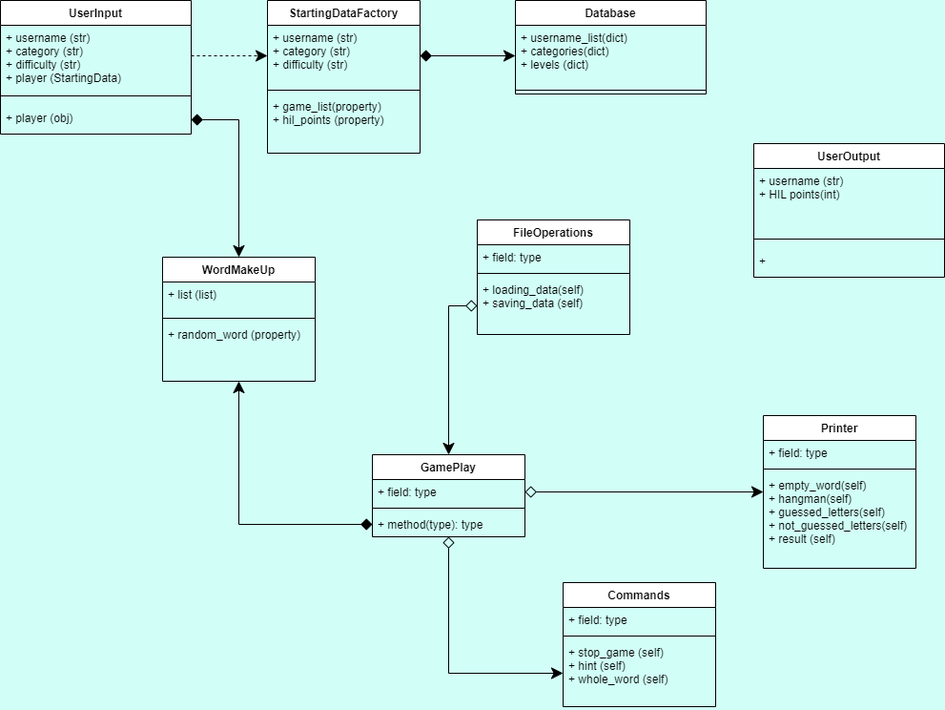
This is hangman/images/hangman_class_diagram.png from jordrag/Exercises, a draw.io export, as it was before one commit. Source tidied: cells renumbered, new cells last; positions are measured from the earlier drawing's top-left corner, leaving out a move shared by most shapes.
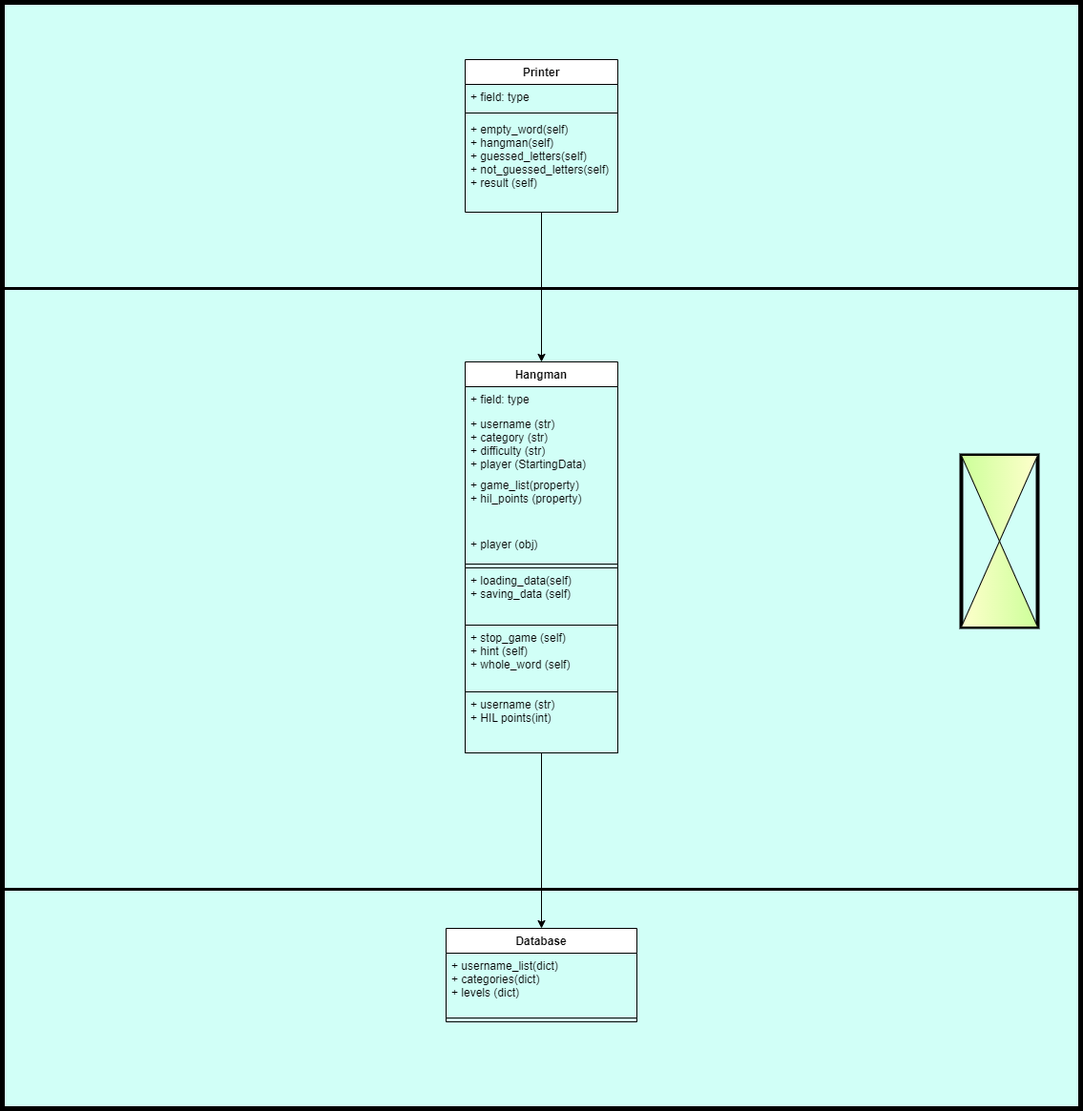
The same file after the commit.

Change to the diagram source:
```diff
@@ -2,8 +2,68 @@
   <root>
     <mxCell id="0" />
     <mxCell id="1" parent="0" />
+    <mxCell id="44" style="group;fillColor=none;strokeColor=#000000;strokeWidth=5;" parent="1" vertex="1">
+      <mxGeometry x="-60" y="-40" width="1130" height="1160" as="geometry" />
+    </mxCell>
+    <mxCell id="45" style="rounded=0;whiteSpace=wrap;html=1;strokeWidth=3;fillColor=none;" parent="44" vertex="1">
+      <mxGeometry y="300" width="1130" height="630" as="geometry" />
+    </mxCell>
+    <mxCell id="46" style="edgeStyle=orthogonalEdgeStyle;rounded=0;jettySize=auto;html=1;entryX=0.5;entryY=0;entryDx=0;entryDy=0;" parent="44" edge="1" source="22" target="18">
+      <mxGeometry relative="1" as="geometry" />
+    </mxCell>
+    <mxCell id="22" value="Printer" style="swimlane;fontStyle=1;align=center;verticalAlign=top;horizontal=1;startSize=26;" parent="44" vertex="1">
+      <mxGeometry x="485" y="60" width="160" height="160" as="geometry" />
+    </mxCell>
+    <mxCell id="47" value="+ field: type" style="text;strokeColor=none;fillColor=none;align=left;verticalAlign=top;spacingLeft=4;spacingRight=4;overflow=hidden;" parent="22" vertex="1">
+      <mxGeometry y="26" width="160" height="26" as="geometry" />
+    </mxCell>
+    <mxCell id="48" style="line;strokeWidth=1;fillColor=none;align=left;verticalAlign=middle;spacingTop=-1;spacingLeft=3;spacingRight=3;labelPosition=right;strokeColor=inherit;" parent="22" vertex="1">
+      <mxGeometry y="52" width="160" height="8" as="geometry" />
+    </mxCell>
+    <mxCell id="25" value="+ empty_word(self)&#10;+ hangman(self)&#10;+ guessed_letters(self)&#10;+ not_guessed_letters(self)&#10;+ result (self)" style="text;strokeColor=none;fillColor=none;align=left;verticalAlign=top;spacingLeft=4;spacingRight=4;overflow=hidden;" parent="22" vertex="1">
+      <mxGeometry y="60" width="160" height="100" as="geometry" />
+    </mxCell>
+    <mxCell id="49" style="group;fillColor=none;gradientColor=#FFFF00;strokeColor=default;strokeWidth=4;" parent="44" vertex="1">
+      <mxGeometry x="1005" y="475" width="80" height="180" as="geometry" />
+    </mxCell>
+    <mxCell id="50" style="triangle;whiteSpace=wrap;html=1;rotation=90;gradientColor=#CCFF99;strokeColor=#000000;fillColor=#FFFFCC;" parent="49" vertex="1">
+      <mxGeometry x="-5" y="5" width="90" height="80" as="geometry" />
+    </mxCell>
+    <mxCell id="51" style="triangle;whiteSpace=wrap;html=1;rotation=90;direction=west;gradientColor=#CCFF99;strokeColor=#000000;fillColor=#FFFFCC;" parent="49" vertex="1">
+      <mxGeometry x="-5" y="95" width="90" height="80" as="geometry" />
+    </mxCell>
+    <mxCell id="52" style="edgeStyle=orthogonalEdgeStyle;rounded=0;jettySize=auto;html=1;" parent="44" edge="1" source="18" target="2">
+      <mxGeometry relative="1" as="geometry" />
+    </mxCell>
+    <mxCell id="18" value="Hangman" style="swimlane;fontStyle=1;align=center;verticalAlign=top;horizontal=1;startSize=26;" parent="44" vertex="1">
+      <mxGeometry x="485" y="377" width="160" height="410" as="geometry" />
+    </mxCell>
+    <mxCell id="19" value="+ field: type" style="text;strokeColor=none;fillColor=none;align=left;verticalAlign=top;spacingLeft=4;spacingRight=4;overflow=hidden;" parent="18" vertex="1">
+      <mxGeometry y="26" width="160" height="26" as="geometry" />
+    </mxCell>
+    <mxCell id="27" value="+ username (str)&#10;+ category (str)&#10;+ difficulty (str)&#10;+ player (StartingData)" style="text;strokeColor=none;fillColor=none;align=left;verticalAlign=top;spacingLeft=4;spacingRight=4;overflow=hidden;points=[[0,0.5],[1,0.5]];portConstraint=eastwest;" parent="18" vertex="1">
+      <mxGeometry y="52" width="160" height="64" as="geometry" />
+    </mxCell>
+    <mxCell id="8" value="+ game_list(property)&#10;+ hil_points (property)" style="text;strokeColor=none;fillColor=none;align=left;verticalAlign=top;spacingLeft=4;spacingRight=4;overflow=hidden;" parent="18" vertex="1">
+      <mxGeometry y="116" width="160" height="62" as="geometry" />
+    </mxCell>
+    <mxCell id="29" value="+ player (obj)" style="text;strokeColor=none;fillColor=none;align=left;verticalAlign=top;spacingLeft=4;spacingRight=4;overflow=hidden;points=[[0,0.5],[1,0.5]];portConstraint=eastwest;" parent="18" vertex="1">
+      <mxGeometry y="178" width="160" height="30" as="geometry" />
+    </mxCell>
+    <mxCell id="20" style="line;strokeWidth=1;fillColor=none;align=left;verticalAlign=middle;spacingTop=-1;spacingLeft=3;spacingRight=3;labelPosition=right;strokeColor=inherit;" parent="18" vertex="1">
+      <mxGeometry y="208" width="160" height="8" as="geometry" />
+    </mxCell>
+    <mxCell id="21" value="+ loading_data(self)&#10;+ saving_data (self)" style="text;strokeColor=default;fillColor=none;align=left;verticalAlign=top;spacingLeft=4;spacingRight=4;overflow=hidden;points=[[0,0.5],[1,0.5]];portConstraint=eastwest;" parent="18" vertex="1">
+      <mxGeometry y="216" width="160" height="60" as="geometry" />
+    </mxCell>
+    <mxCell id="17" value="+ stop_game (self)&#10;+ hint (self)&#10;+ whole_word (self)" style="text;strokeColor=none;fillColor=none;align=left;verticalAlign=top;spacingLeft=4;spacingRight=4;overflow=hidden;points=[[0,0.5],[1,0.5]];portConstraint=eastwest;" parent="18" vertex="1">
+      <mxGeometry y="276" width="160" height="70" as="geometry" />
+    </mxCell>
+    <mxCell id="41" value="+ username (str)&#10;+ HIL points(int)&#10;" style="text;strokeColor=default;fillColor=none;align=left;verticalAlign=top;spacingLeft=4;spacingRight=4;overflow=hidden;" parent="18" vertex="1">
+      <mxGeometry y="346" width="160" height="64" as="geometry" />
+    </mxCell>
-    <mxCell id="2" value="Database" style="swimlane;fontStyle=1;align=center;verticalAlign=top;horizontal=1;startSize=26;" parent="1" vertex="1">
-      <mxGeometry x="540" width="200" height="98" as="geometry" />
+    <mxCell id="2" value="Database" style="swimlane;fontStyle=1;align=center;verticalAlign=top;horizontal=1;startSize=26;" parent="44" vertex="1">
+      <mxGeometry x="465" y="971" width="200" height="98" as="geometry" />
     </mxCell>
     <mxCell id="3" value="+ username_list(dict)&#10;+ categories(dict)&#10;+ levels (dict)" style="text;strokeColor=none;fillColor=none;align=left;verticalAlign=top;spacingLeft=4;spacingRight=4;overflow=hidden;points=[[0,0.5],[1,0.5]];portConstraint=eastwest;" parent="2" vertex="1">
       <mxGeometry y="26" width="200" height="64" as="geometry" />
@@ -11,122 +71,5 @@
     <mxCell id="4" style="line;strokeWidth=1;fillColor=none;align=left;verticalAlign=middle;spacingTop=-1;spacingLeft=3;spacingRight=3;labelPosition=right;strokeColor=inherit;" parent="2" vertex="1">
       <mxGeometry y="90" width="200" height="8" as="geometry" />
     </mxCell>
-    <mxCell id="5" value="StartingDataFactory" style="swimlane;fontStyle=1;align=center;verticalAlign=top;horizontal=1;startSize=26;" parent="1" vertex="1">
-      <mxGeometry x="280" width="160" height="160" as="geometry" />
-    </mxCell>
-    <mxCell id="6" value="+ username (str)&#10;+ category (str)&#10;+ difficulty (str)" style="text;strokeColor=none;fillColor=none;align=left;verticalAlign=top;spacingLeft=4;spacingRight=4;overflow=hidden;points=[[0,0.5],[1,0.5]];portConstraint=eastwest;" parent="5" vertex="1">
-      <mxGeometry y="26" width="160" height="64" as="geometry" />
-    </mxCell>
-    <mxCell id="7" style="line;strokeWidth=1;fillColor=none;align=left;verticalAlign=middle;spacingTop=-1;spacingLeft=3;spacingRight=3;labelPosition=right;strokeColor=inherit;" parent="5" vertex="1">
-      <mxGeometry y="90" width="160" height="8" as="geometry" />
-    </mxCell>
-    <mxCell id="8" value="+ game_list(property)&#10;+ hil_points (property)" style="text;strokeColor=none;fillColor=none;align=left;verticalAlign=top;spacingLeft=4;spacingRight=4;overflow=hidden;" parent="5" vertex="1">
-      <mxGeometry y="98" width="160" height="62" as="geometry" />
-    </mxCell>
-    <mxCell id="9" style="edgeStyle=orthogonalEdgeStyle;rounded=0;jettySize=auto;html=1;startArrow=diamond;startFill=0;endArrow=classic;endFill=1;startSize=10;endSize=10;" parent="1" edge="1" source="10" target="17">
-      <mxGeometry relative="1" as="geometry" />
-    </mxCell>
-    <mxCell id="10" value="GamePlay" style="swimlane;fontStyle=1;align=center;verticalAlign=top;horizontal=1;startSize=26;" parent="1" vertex="1">
-      <mxGeometry x="390" y="476" width="160" height="86" as="geometry" />
-    </mxCell>
-    <mxCell id="11" value="+ field: type" style="text;strokeColor=none;fillColor=none;align=left;verticalAlign=top;spacingLeft=4;spacingRight=4;overflow=hidden;points=[[0,0.5],[1,0.5]];portConstraint=eastwest;" parent="10" vertex="1">
-      <mxGeometry y="26" width="160" height="26" as="geometry" />
-    </mxCell>
-    <mxCell id="12" style="line;strokeWidth=1;fillColor=none;align=left;verticalAlign=middle;spacingTop=-1;spacingLeft=3;spacingRight=3;labelPosition=right;strokeColor=inherit;" parent="10" vertex="1">
-      <mxGeometry y="52" width="160" height="8" as="geometry" />
-    </mxCell>
-    <mxCell id="13" value="+ method(type): type" style="text;strokeColor=none;fillColor=none;align=left;verticalAlign=top;spacingLeft=4;spacingRight=4;overflow=hidden;points=[[0,0.5],[1,0.5]];portConstraint=eastwest;" parent="10" vertex="1">
-      <mxGeometry y="60" width="160" height="26" as="geometry" />
-    </mxCell>
-    <mxCell id="14" value="Commands" style="swimlane;fontStyle=1;align=center;verticalAlign=top;horizontal=1;startSize=26;" parent="1" vertex="1">
-      <mxGeometry x="590" y="610" width="160" height="130" as="geometry" />
-    </mxCell>
-    <mxCell id="15" value="+ field: type" style="text;strokeColor=none;fillColor=none;align=left;verticalAlign=top;spacingLeft=4;spacingRight=4;overflow=hidden;" parent="14" vertex="1">
-      <mxGeometry y="26" width="160" height="26" as="geometry" />
-    </mxCell>
-    <mxCell id="16" style="line;strokeWidth=1;fillColor=none;align=left;verticalAlign=middle;spacingTop=-1;spacingLeft=3;spacingRight=3;labelPosition=right;strokeColor=inherit;" parent="14" vertex="1">
-      <mxGeometry y="52" width="160" height="8" as="geometry" />
-    </mxCell>
-    <mxCell id="17" value="+ stop_game (self)&#10;+ hint (self)&#10;+ whole_word (self)" style="text;strokeColor=none;fillColor=none;align=left;verticalAlign=top;spacingLeft=4;spacingRight=4;overflow=hidden;points=[[0,0.5],[1,0.5]];portConstraint=eastwest;" parent="14" vertex="1">
-      <mxGeometry y="60" width="160" height="70" as="geometry" />
-    </mxCell>
-    <mxCell id="18" value="FileOperations" style="swimlane;fontStyle=1;align=center;verticalAlign=top;horizontal=1;startSize=26;" parent="1" vertex="1">
-      <mxGeometry x="500" y="230" width="160" height="120" as="geometry" />
-    </mxCell>
-    <mxCell id="19" value="+ field: type" style="text;strokeColor=none;fillColor=none;align=left;verticalAlign=top;spacingLeft=4;spacingRight=4;overflow=hidden;" parent="18" vertex="1">
-      <mxGeometry y="26" width="160" height="26" as="geometry" />
-    </mxCell>
-    <mxCell id="20" style="line;strokeWidth=1;fillColor=none;align=left;verticalAlign=middle;spacingTop=-1;spacingLeft=3;spacingRight=3;labelPosition=right;strokeColor=inherit;" parent="18" vertex="1">
-      <mxGeometry y="52" width="160" height="8" as="geometry" />
-    </mxCell>
-    <mxCell id="21" value="+ loading_data(self)&#10;+ saving_data (self)" style="text;strokeColor=none;fillColor=none;align=left;verticalAlign=top;spacingLeft=4;spacingRight=4;overflow=hidden;points=[[0,0.5],[1,0.5]];portConstraint=eastwest;" parent="18" vertex="1">
-      <mxGeometry y="60" width="160" height="60" as="geometry" />
-    </mxCell>
-    <mxCell id="22" value="Printer" style="swimlane;fontStyle=1;align=center;verticalAlign=top;horizontal=1;startSize=26;" parent="1" vertex="1">
-      <mxGeometry x="800" y="435" width="160" height="160" as="geometry" />
-    </mxCell>
-    <mxCell id="23" value="+ field: type" style="text;strokeColor=none;fillColor=none;align=left;verticalAlign=top;spacingLeft=4;spacingRight=4;overflow=hidden;" parent="22" vertex="1">
-      <mxGeometry y="26" width="160" height="26" as="geometry" />
-    </mxCell>
-    <mxCell id="24" style="line;strokeWidth=1;fillColor=none;align=left;verticalAlign=middle;spacingTop=-1;spacingLeft=3;spacingRight=3;labelPosition=right;strokeColor=inherit;" parent="22" vertex="1">
-      <mxGeometry y="52" width="160" height="8" as="geometry" />
-    </mxCell>
-    <mxCell id="25" value="+ empty_word(self)&#10;+ hangman(self)&#10;+ guessed_letters(self)&#10;+ not_guessed_letters(self)&#10;+ result (self)" style="text;strokeColor=none;fillColor=none;align=left;verticalAlign=top;spacingLeft=4;spacingRight=4;overflow=hidden;" parent="22" vertex="1">
-      <mxGeometry y="60" width="160" height="100" as="geometry" />
-    </mxCell>
-    <mxCell id="26" value="UserInput" style="swimlane;fontStyle=1;align=center;verticalAlign=top;horizontal=1;startSize=26;" parent="1" vertex="1">
-      <mxGeometry width="200" height="140" as="geometry" />
-    </mxCell>
-    <mxCell id="27" value="+ username (str)&#10;+ category (str)&#10;+ difficulty (str)&#10;+ player (StartingData)" style="text;strokeColor=none;fillColor=none;align=left;verticalAlign=top;spacingLeft=4;spacingRight=4;overflow=hidden;points=[[0,0.5],[1,0.5]];portConstraint=eastwest;" parent="26" vertex="1">
-      <mxGeometry y="26" width="200" height="64" as="geometry" />
-    </mxCell>
-    <mxCell id="28" style="line;strokeWidth=1;fillColor=none;align=left;verticalAlign=middle;spacingTop=-1;spacingLeft=3;spacingRight=3;labelPosition=right;strokeColor=inherit;" parent="26" vertex="1">
-      <mxGeometry y="90" width="200" height="20" as="geometry" />
-    </mxCell>
-    <mxCell id="29" value="+ player (obj)" style="text;strokeColor=none;fillColor=none;align=left;verticalAlign=top;spacingLeft=4;spacingRight=4;overflow=hidden;points=[[0,0.5],[1,0.5]];portConstraint=eastwest;" parent="26" vertex="1">
-      <mxGeometry y="110" width="200" height="30" as="geometry" />
-    </mxCell>
-    <mxCell id="30" style="edgeStyle=orthogonalEdgeStyle;rounded=0;jettySize=auto;html=1;entryX=0.5;entryY=0;entryDx=0;entryDy=0;startArrow=diamond;startFill=1;endArrow=classic;endFill=1;startSize=10;endSize=10;" parent="1" edge="1" source="29" target="31">
-      <mxGeometry relative="1" as="geometry" />
-    </mxCell>
-    <mxCell id="31" value="WordMakeUp" style="swimlane;fontStyle=1;align=center;verticalAlign=top;horizontal=1;startSize=26;" parent="1" vertex="1">
-      <mxGeometry x="170" y="269" width="160" height="130" as="geometry" />
-    </mxCell>
-    <mxCell id="32" value="+ list (list)&#10;" style="text;strokeColor=none;fillColor=none;align=left;verticalAlign=top;spacingLeft=4;spacingRight=4;overflow=hidden;" parent="31" vertex="1">
-      <mxGeometry y="26" width="160" height="34" as="geometry" />
-    </mxCell>
-    <mxCell id="33" style="line;strokeWidth=1;fillColor=none;align=left;verticalAlign=middle;spacingTop=-1;spacingLeft=3;spacingRight=3;labelPosition=right;strokeColor=inherit;" parent="31" vertex="1">
-      <mxGeometry y="60" width="160" height="8" as="geometry" />
-    </mxCell>
-    <mxCell id="34" value="+ random_word (property)&#10;" style="text;strokeColor=none;fillColor=none;align=left;verticalAlign=top;spacingLeft=4;spacingRight=4;overflow=hidden;" parent="31" vertex="1">
-      <mxGeometry y="68" width="160" height="62" as="geometry" />
-    </mxCell>
-    <mxCell id="35" style="edgeStyle=orthogonalEdgeStyle;rounded=0;jettySize=auto;html=1;exitX=1;exitY=0.5;exitDx=0;exitDy=0;entryX=0;entryY=0.5;entryDx=0;entryDy=0;startArrow=none;startFill=0;endArrow=classic;endFill=1;startSize=10;endSize=10;dashed=1;" parent="1" edge="1" source="27" target="6">
-      <mxGeometry relative="1" as="geometry" />
-    </mxCell>
-    <mxCell id="36" style="edgeStyle=orthogonalEdgeStyle;rounded=0;jettySize=auto;html=1;exitX=1;exitY=0.5;exitDx=0;exitDy=0;entryX=0;entryY=0.5;entryDx=0;entryDy=0;startArrow=diamond;startFill=1;endArrow=classic;endFill=1;startSize=10;endSize=10;" parent="1" edge="1" source="6" target="3">
-      <mxGeometry relative="1" as="geometry" />
-    </mxCell>
-    <mxCell id="37" style="edgeStyle=orthogonalEdgeStyle;rounded=0;jettySize=auto;html=1;startArrow=diamond;startFill=1;endArrow=classic;endFill=1;startSize=10;endSize=10;" parent="1" edge="1" source="13" target="31">
-      <mxGeometry relative="1" as="geometry" />
-    </mxCell>
-    <mxCell id="38" style="edgeStyle=orthogonalEdgeStyle;rounded=0;jettySize=auto;html=1;startArrow=diamond;startFill=0;endArrow=classic;endFill=1;startSize=10;endSize=10;" parent="1" edge="1" source="11" target="22">
-      <mxGeometry relative="1" as="geometry" />
-    </mxCell>
-    <mxCell id="39" style="edgeStyle=orthogonalEdgeStyle;rounded=0;jettySize=auto;html=1;startArrow=diamond;startFill=0;endArrow=classic;endFill=1;startSize=10;endSize=10;" parent="1" edge="1" source="21" target="10">
-      <mxGeometry relative="1" as="geometry" />
-    </mxCell>
-    <mxCell id="40" value="UserOutput" style="swimlane;fontStyle=1;align=center;verticalAlign=top;horizontal=1;startSize=26;" parent="1" vertex="1">
-      <mxGeometry x="790" y="150" width="200" height="140" as="geometry" />
-    </mxCell>
-    <mxCell id="41" value="+ username (str)&#10;+ HIL points(int)&#10;" style="text;strokeColor=none;fillColor=none;align=left;verticalAlign=top;spacingLeft=4;spacingRight=4;overflow=hidden;" parent="40" vertex="1">
-      <mxGeometry y="26" width="200" height="64" as="geometry" />
-    </mxCell>
-    <mxCell id="42" style="line;strokeWidth=1;fillColor=none;align=left;verticalAlign=middle;spacingTop=-1;spacingLeft=3;spacingRight=3;labelPosition=right;strokeColor=inherit;" parent="40" vertex="1">
-      <mxGeometry y="90" width="200" height="20" as="geometry" />
-    </mxCell>
-    <mxCell id="43" value="+ " style="text;strokeColor=none;fillColor=none;align=left;verticalAlign=top;spacingLeft=4;spacingRight=4;overflow=hidden;" parent="40" vertex="1">
-      <mxGeometry y="110" width="200" height="30" as="geometry" />
-    </mxCell>
   </root>
 </mxGraphModel>
```
